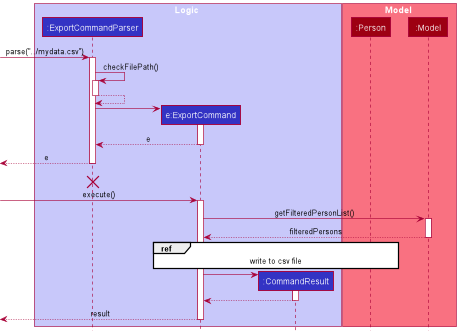
rcjj98/tp keeps this PlantUML diagram as docs/images/ExportSequenceDiagram.png. Above is the earlier version.
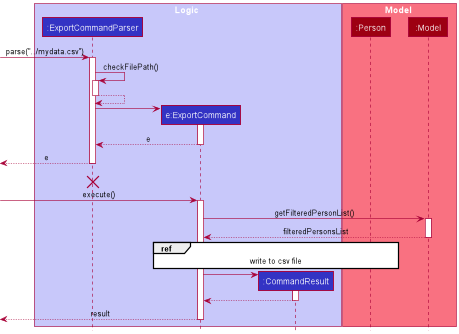
After the commit.

The edit, as a diff of the source:
```diff
@@ -40,7 +40,7 @@
 
 ExportCommand -> Model : getFilteredPersonList()
 activate Model
-Model --> ExportCommand : filteredPersons
+Model --> ExportCommand : filteredPersonsList
 deactivate Model
 
 ref over ExportCommand, Person
```
